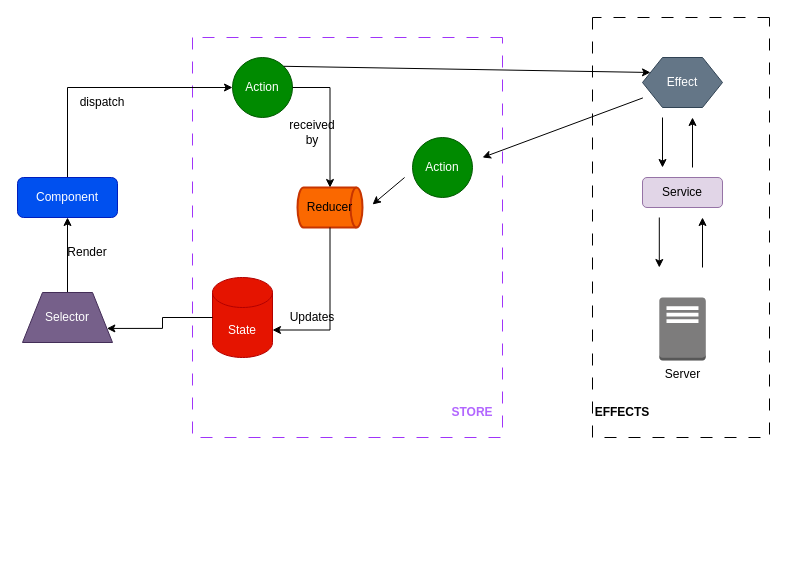
Before: page "Page-3" (3 of 3) of component-data-flow.drawio in randhawagagan/diagrams, a draw.io diagram. Source tidied: cells renumbered, new cells numbered last; positions are measured from the earlier drawing's top-left corner, leaving out a move shared by most shapes. Both pictures are drawn from the tidied source at 100%, with x=0, y=0 at pixel (17, 17).
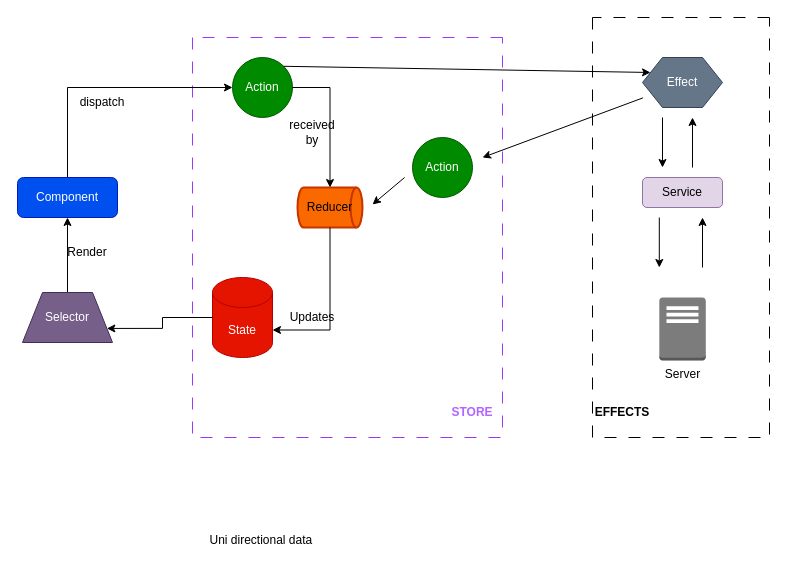
After the change.

The edit, as a diff of the source:
```diff
@@
+    <mxCell id="31" value="Uni directional data&amp;nbsp;" style="text;html=1;align=center;verticalAlign=middle;strokeColor=none;fillColor=none;" parent="1" vertex="1">
+      <mxGeometry x="180" y="508" width="130" height="30" as="geometry" />
+    </mxCell>
```
